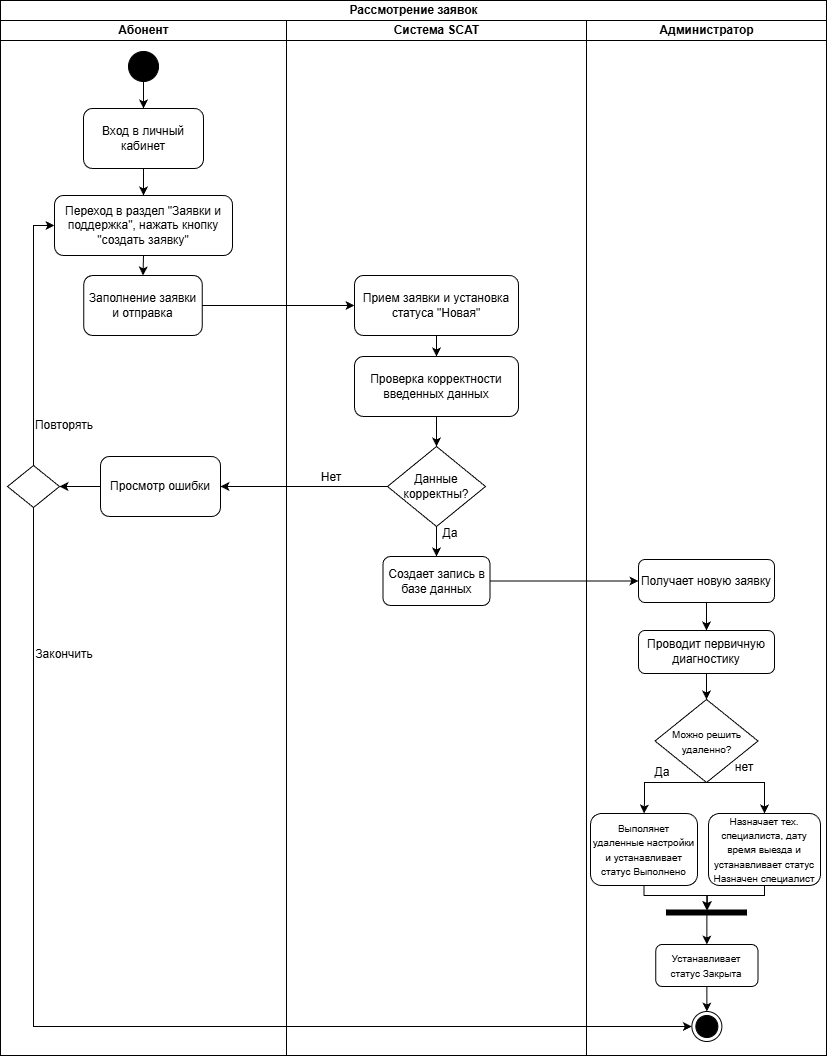
yMep2211/PP-01.01 keeps this draw.io diagram as Диаграммы/Диаграмма деятельности ПП.drawio.png. Above is the earlier version. Source tidied: cells renumbered, new cells last; positions are measured from the earlier drawing's top-left corner, leaving out a move shared by most shapes.
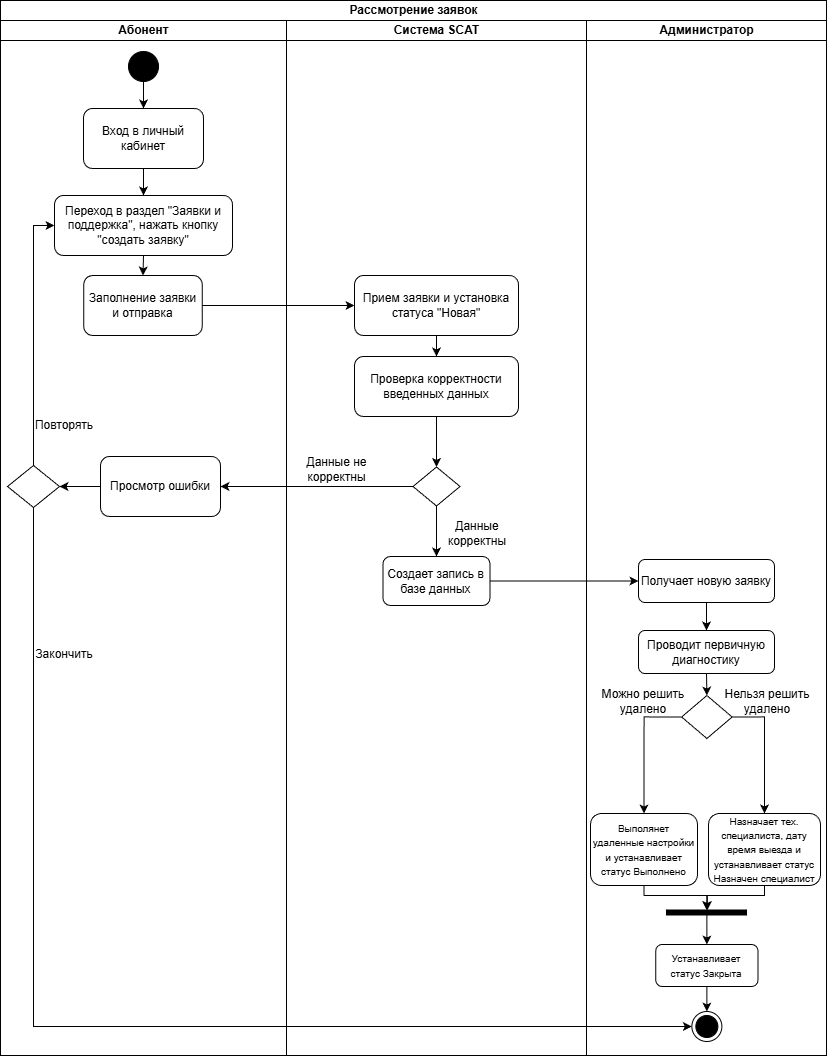
After the commit.

Diff of the diagram source:
```diff
@@ -56,27 +56,27 @@
     <mxCell id="19" value="Прием заявки и установка статуса &quot;Новая&quot;" style="rounded=1;whiteSpace=wrap;html=1;" parent="17" vertex="1">
       <mxGeometry x="68" y="255" width="164" height="60" as="geometry" />
     </mxCell>
-    <mxCell id="20" style="edgeStyle=orthogonalEdgeStyle;rounded=0;jettySize=auto;html=1;exitX=0.5;exitY=1;exitDx=0;exitDy=0;" parent="17" edge="1" source="21" target="23">
-      <mxGeometry relative="1" as="geometry" />
-    </mxCell>
+    <mxCell id="50" style="edgeStyle=orthogonalEdgeStyle;rounded=0;jettySize=auto;html=1;exitX=0.5;exitY=1;exitDx=0;exitDy=0;" parent="17" edge="1" source="21" target="52">
+      <mxGeometry relative="1" as="geometry" />
+    </mxCell>
     <mxCell id="21" value="Проверка корректности введенных данных" style="rounded=1;whiteSpace=wrap;html=1;" parent="17" vertex="1">
       <mxGeometry x="68" y="336" width="164" height="60" as="geometry" />
     </mxCell>
-    <mxCell id="22" style="edgeStyle=orthogonalEdgeStyle;rounded=0;jettySize=auto;html=1;exitX=0.5;exitY=1;exitDx=0;exitDy=0;" parent="17" edge="1" source="23" target="25">
-      <mxGeometry relative="1" as="geometry" />
-    </mxCell>
-    <mxCell id="23" value="Данные корректны?" style="rhombus;whiteSpace=wrap;html=1;" parent="17" vertex="1">
-      <mxGeometry x="101" y="426" width="98" height="80" as="geometry" />
-    </mxCell>
-    <mxCell id="24" value="Нет" style="text;html=1;whiteSpace=wrap;strokeColor=none;fillColor=none;align=center;verticalAlign=middle;rounded=0;" parent="17" vertex="1">
-      <mxGeometry x="15" y="442" width="60" height="30" as="geometry" />
-    </mxCell>
+    <mxCell id="51" style="edgeStyle=orthogonalEdgeStyle;rounded=0;jettySize=auto;html=1;exitX=0.5;exitY=1;exitDx=0;exitDy=0;" parent="17" edge="1" source="52" target="25">
+      <mxGeometry relative="1" as="geometry" />
+    </mxCell>
+    <mxCell id="52" style="rhombus;whiteSpace=wrap;html=1;" parent="17" vertex="1">
+      <mxGeometry x="126.5" y="446.5" width="47" height="39" as="geometry" />
+    </mxCell>
+    <mxCell id="53" value="Данные не корректны" style="text;html=1;whiteSpace=wrap;strokeColor=none;fillColor=none;align=center;verticalAlign=middle;rounded=0;" parent="17" vertex="1">
+      <mxGeometry x="13" y="434" width="75" height="30" as="geometry" />
+    </mxCell>
     <mxCell id="25" value="Создает запись в базе данных" style="rounded=1;whiteSpace=wrap;html=1;" parent="17" vertex="1">
       <mxGeometry x="96.5" y="536" width="107" height="49" as="geometry" />
     </mxCell>
-    <mxCell id="26" value="Да" style="text;html=1;whiteSpace=wrap;strokeColor=none;fillColor=none;align=center;verticalAlign=middle;rounded=0;" parent="17" vertex="1">
-      <mxGeometry x="134" y="498" width="60" height="30" as="geometry" />
-    </mxCell>
+    <mxCell id="54" value="Данные корректны" style="text;html=1;whiteSpace=wrap;strokeColor=none;fillColor=none;align=center;verticalAlign=middle;rounded=0;" parent="17" vertex="1">
+      <mxGeometry x="161" y="498" width="60" height="30" as="geometry" />
+    </mxCell>
     <mxCell id="27" value="Администратор" style="swimlane;startSize=20;html=1;" parent="2" vertex="1">
       <mxGeometry x="586" y="20" width="240" height="1035" as="geometry" />
     </mxCell>
@@ -86,43 +86,27 @@
     <mxCell id="29" value="Получает новую заявку" style="rounded=1;whiteSpace=wrap;html=1;" parent="27" vertex="1">
       <mxGeometry x="52" y="539" width="136" height="43" as="geometry" />
     </mxCell>
-    <mxCell id="30" style="edgeStyle=orthogonalEdgeStyle;rounded=0;jettySize=auto;html=1;exitX=0.5;exitY=1;exitDx=0;exitDy=0;entryX=0.5;entryY=0;entryDx=0;entryDy=0;" parent="27" edge="1" source="31" target="34">
-      <mxGeometry relative="1" as="geometry" />
-    </mxCell>
+    <mxCell id="55" style="edgeStyle=orthogonalEdgeStyle;rounded=0;jettySize=auto;html=1;exitX=0.5;exitY=1;exitDx=0;exitDy=0;entryX=0.5;entryY=0;entryDx=0;entryDy=0;" parent="27" edge="1" source="31" target="58">
+      <mxGeometry relative="1" as="geometry" />
+    </mxCell>
     <mxCell id="31" value="Проводит первичную диагностику" style="rounded=1;whiteSpace=wrap;html=1;" parent="27" vertex="1">
       <mxGeometry x="52" y="610" width="136" height="43" as="geometry" />
     </mxCell>
-    <mxCell id="32" style="edgeStyle=orthogonalEdgeStyle;rounded=0;jettySize=auto;html=1;exitX=0.5;exitY=1;exitDx=0;exitDy=0;entryX=0.5;entryY=0;entryDx=0;entryDy=0;" parent="27" edge="1" source="34" target="35">
-      <mxGeometry relative="1" as="geometry">
-        <Array as="points">
-          <mxPoint x="58" y="762" />
-          <mxPoint x="58" y="782" />
-          <mxPoint x="57" y="782" />
-        </Array>
-      </mxGeometry>
-    </mxCell>
-    <mxCell id="33" style="edgeStyle=orthogonalEdgeStyle;rounded=0;jettySize=auto;html=1;exitX=0.5;exitY=1;exitDx=0;exitDy=0;entryX=0.5;entryY=0;entryDx=0;entryDy=0;" parent="27" edge="1" source="34" target="37">
-      <mxGeometry relative="1" as="geometry">
-        <Array as="points">
-          <mxPoint x="178" y="762" />
-        </Array>
-      </mxGeometry>
-    </mxCell>
-    <mxCell id="34" value="&lt;font style=&quot;font-size: 10px;&quot;&gt;Можно решить&lt;br&gt;удаленно?&lt;/font&gt;" style="rhombus;whiteSpace=wrap;html=1;" parent="27" vertex="1">
-      <mxGeometry x="68.5" y="679" width="103" height="83" as="geometry" />
-    </mxCell>
+    <mxCell id="56" style="edgeStyle=orthogonalEdgeStyle;rounded=0;jettySize=auto;html=1;exitX=1;exitY=0.5;exitDx=0;exitDy=0;entryX=0.5;entryY=0;entryDx=0;entryDy=0;" parent="27" edge="1" source="58" target="37">
+      <mxGeometry relative="1" as="geometry" />
+    </mxCell>
+    <mxCell id="57" style="edgeStyle=orthogonalEdgeStyle;rounded=0;jettySize=auto;html=1;exitX=0;exitY=0.5;exitDx=0;exitDy=0;entryX=0.5;entryY=0;entryDx=0;entryDy=0;" parent="27" edge="1" source="58" target="35">
+      <mxGeometry relative="1" as="geometry" />
+    </mxCell>
+    <mxCell id="58" style="rhombus;whiteSpace=wrap;html=1;" parent="27" vertex="1">
+      <mxGeometry x="95.1" y="675" width="50.5" height="43" as="geometry" />
+    </mxCell>
     <mxCell id="35" value="&lt;font style=&quot;font-size: 10px;&quot;&gt;Выполянет удаленные настройки и устанавливает статус Выполнено&lt;/font&gt;" style="rounded=1;whiteSpace=wrap;html=1;" parent="27" vertex="1">
       <mxGeometry x="4" y="793" width="107" height="72" as="geometry" />
     </mxCell>
-    <mxCell id="36" value="Да" style="text;html=1;whiteSpace=wrap;strokeColor=none;fillColor=none;align=center;verticalAlign=middle;rounded=0;" parent="27" vertex="1">
-      <mxGeometry x="46" y="737" width="60" height="30" as="geometry" />
-    </mxCell>
     <mxCell id="37" value="&lt;font style=&quot;font-size: 10px;&quot;&gt;Назначает тех. специалиста, дату время выезда и устанавливает статус Назначен специалист&lt;/font&gt;" style="rounded=1;whiteSpace=wrap;html=1;" parent="27" vertex="1">
       <mxGeometry x="122" y="793" width="112" height="72" as="geometry" />
     </mxCell>
-    <mxCell id="38" value="нет" style="text;html=1;whiteSpace=wrap;strokeColor=none;fillColor=none;align=center;verticalAlign=middle;rounded=0;" parent="27" vertex="1">
-      <mxGeometry x="128" y="732" width="60" height="30" as="geometry" />
-    </mxCell>
     <mxCell id="39" style="ellipse;html=1;shape=endState;fillColor=strokeColor;" parent="27" vertex="1">
       <mxGeometry x="105.4" y="991" width="30" height="30" as="geometry" />
     </mxCell>
@@ -154,12 +138,18 @@
     <mxCell id="45" value="&lt;font style=&quot;font-size: 10px;&quot;&gt;Устанавливает статус Закрыта&lt;/font&gt;" style="rounded=1;whiteSpace=wrap;html=1;" parent="27" vertex="1">
       <mxGeometry x="69.2" y="924" width="102.2" height="42" as="geometry" />
     </mxCell>
+    <mxCell id="59" value="Можно решить удалено" style="text;html=1;whiteSpace=wrap;strokeColor=none;fillColor=none;align=center;verticalAlign=middle;rounded=0;" parent="27" vertex="1">
+      <mxGeometry x="13.5" y="666" width="88" height="30" as="geometry" />
+    </mxCell>
+    <mxCell id="60" value="Нельзя решить удалено" style="text;html=1;whiteSpace=wrap;strokeColor=none;fillColor=none;align=center;verticalAlign=middle;rounded=0;" parent="27" vertex="1">
+      <mxGeometry x="135.4" y="666" width="92" height="30" as="geometry" />
+    </mxCell>
     <mxCell id="46" style="edgeStyle=orthogonalEdgeStyle;rounded=0;jettySize=auto;html=1;exitX=1;exitY=0.5;exitDx=0;exitDy=0;entryX=0;entryY=0.5;entryDx=0;entryDy=0;" parent="2" edge="1" source="10" target="19">
       <mxGeometry relative="1" as="geometry" />
     </mxCell>
-    <mxCell id="47" style="edgeStyle=orthogonalEdgeStyle;rounded=0;jettySize=auto;html=1;exitX=0;exitY=0.5;exitDx=0;exitDy=0;entryX=1;entryY=0.5;entryDx=0;entryDy=0;" parent="2" edge="1" source="23" target="12">
-      <mxGeometry relative="1" as="geometry" />
-    </mxCell>
+    <mxCell id="61" style="edgeStyle=orthogonalEdgeStyle;rounded=0;jettySize=auto;html=1;exitX=0;exitY=0.5;exitDx=0;exitDy=0;entryX=1;entryY=0.5;entryDx=0;entryDy=0;" parent="2" edge="1" source="52" target="12">
+      <mxGeometry relative="1" as="geometry" />
+    </mxCell>
     <mxCell id="48" style="edgeStyle=orthogonalEdgeStyle;rounded=0;jettySize=auto;html=1;exitX=1;exitY=0.5;exitDx=0;exitDy=0;entryX=0;entryY=0.5;entryDx=0;entryDy=0;" parent="2" edge="1" source="25" target="29">
       <mxGeometry relative="1" as="geometry" />
     </mxCell>
```
